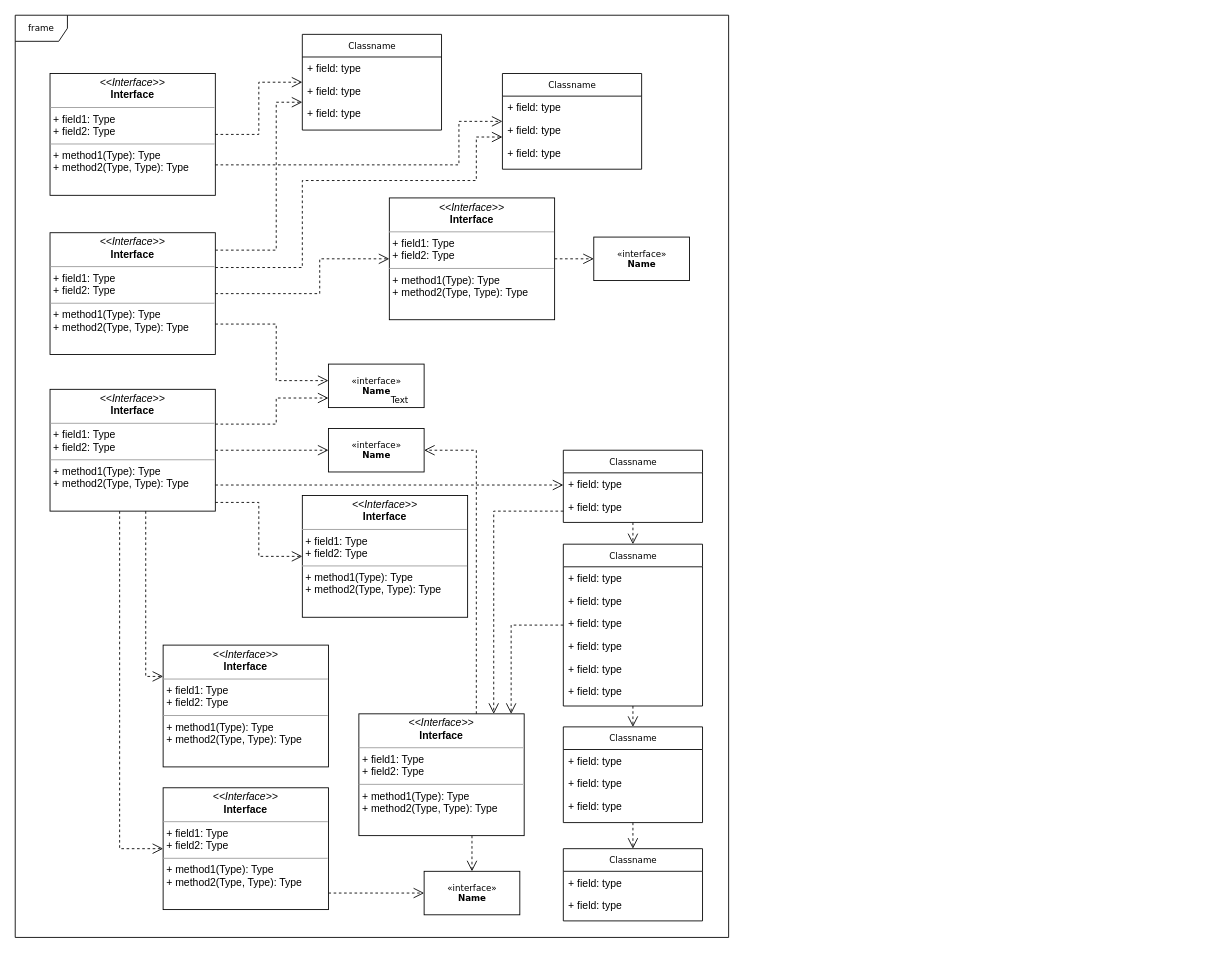
This is GoldFarm Diagram.drawio from atom123/Draw, a draw.io file, before an edit. Source tidied: cells renumbered, new cells numbered last; positions are measured from the earlier drawing's top-left corner, leaving out a move shared by most shapes. Both pictures are drawn from the tidied source at 87%, with x=0, y=0 at pixel (15, 15).
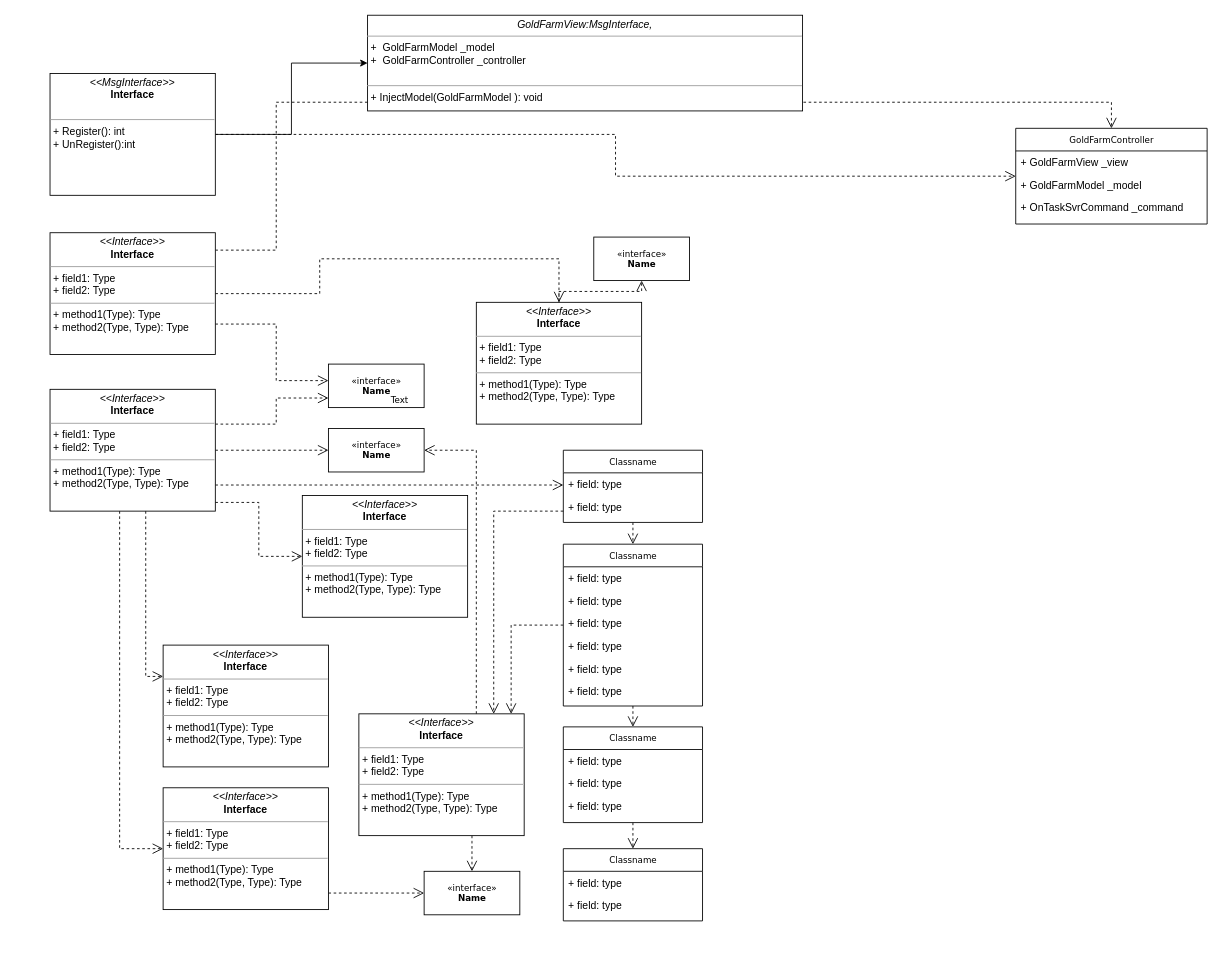
After the change.

Unchanged cells that the change refers to:
```xml
<mxCell id="53" value="&lt;p style=&quot;margin:0px;margin-top:4px;text-align:center;&quot;&gt;&lt;i&gt;&amp;lt;&amp;lt;Interface&amp;gt;&amp;gt;&lt;/i&gt;&lt;br/&gt;&lt;b&gt;Interface&lt;/b&gt;&lt;/p&gt;&lt;hr size=&quot;1&quot;/&gt;&lt;p style=&quot;margin:0px;margin-left:4px;&quot;&gt;+ field1: Type&lt;br/&gt;+ field2: Type&lt;/p&gt;&lt;hr size=&quot;1&quot;/&gt;&lt;p style=&quot;margin:0px;margin-left:4px;&quot;&gt;+ method1(Type): Type&lt;br/&gt;+ method2(Type, Type): Type&lt;/p&gt;" style="verticalAlign=top;align=left;overflow=fill;fontSize=12;fontFamily=Helvetica;html=1;rounded=0;shadow=0;comic=0;labelBackgroundColor=none;strokeWidth=1;" parent="1" vertex="1">
  <mxGeometry x="40" y="250" width="190" height="140" as="geometry" />
</mxCell>
```

What changed in the source:
```diff
@@
-    <mxCell id="2" value="frame" style="shape=umlFrame;whiteSpace=wrap;html=1;rounded=0;shadow=0;comic=0;labelBackgroundColor=none;strokeWidth=1;fontFamily=Verdana;fontSize=10;align=center;" parent="1" vertex="1">
-      <mxGeometry width="820" height="1060" as="geometry" />
-    </mxCell>
@@
-    <mxCell id="12" value="Classname" style="swimlane;html=1;fontStyle=0;horizontal=1;startSize=26;fillColor=none;swimlaneFillColor=#ffffff;rounded=0;shadow=0;comic=0;labelBackgroundColor=none;strokeWidth=1;fontFamily=Verdana;fontSize=10;align=center;" parent="1" vertex="1">
-      <mxGeometry x="330" y="22" width="160" height="110" as="geometry" />
+    <mxCell id="12" value="GoldFarmController" style="swimlane;html=1;fontStyle=0;horizontal=1;startSize=26;fillColor=none;swimlaneFillColor=#ffffff;rounded=0;shadow=0;comic=0;labelBackgroundColor=none;strokeWidth=1;fontFamily=Verdana;fontSize=10;align=center;" parent="1" vertex="1">
+      <mxGeometry x="1150" y="130" width="220" height="110" as="geometry" />
     </mxCell>
-    <mxCell id="13" value="+ field: type" style="text;html=1;strokeColor=none;fillColor=none;align=left;verticalAlign=top;spacingLeft=4;spacingRight=4;whiteSpace=wrap;overflow=hidden;" parent="12" vertex="1">
-      <mxGeometry y="26" width="160" height="26" as="geometry" />
+    <mxCell id="13" value="+&amp;nbsp;GoldFarmView _view" style="text;html=1;strokeColor=none;fillColor=none;align=left;verticalAlign=top;spacingLeft=4;spacingRight=4;whiteSpace=wrap;overflow=hidden;" parent="12" vertex="1">
+      <mxGeometry y="26" width="220" height="26" as="geometry" />
     </mxCell>
-    <mxCell id="14" value="+ field: type" style="text;html=1;strokeColor=none;fillColor=none;align=left;verticalAlign=top;spacingLeft=4;spacingRight=4;whiteSpace=wrap;overflow=hidden;" parent="12" vertex="1">
-      <mxGeometry y="52" width="160" height="26" as="geometry" />
+    <mxCell id="14" value="+ GoldFarmModel _model" style="text;html=1;strokeColor=none;fillColor=none;align=left;verticalAlign=top;spacingLeft=4;spacingRight=4;whiteSpace=wrap;overflow=hidden;" parent="12" vertex="1">
+      <mxGeometry y="52" width="220" height="26" as="geometry" />
     </mxCell>
-    <mxCell id="15" value="+ field: type" style="text;html=1;strokeColor=none;fillColor=none;align=left;verticalAlign=top;spacingLeft=4;spacingRight=4;whiteSpace=wrap;overflow=hidden;" parent="12" vertex="1">
-      <mxGeometry y="78" width="160" height="26" as="geometry" />
+    <mxCell id="15" value="+&amp;nbsp;OnTaskSvrCommand _command" style="text;html=1;strokeColor=none;fillColor=none;align=left;verticalAlign=top;spacingLeft=4;spacingRight=4;whiteSpace=wrap;overflow=hidden;" parent="12" vertex="1">
+      <mxGeometry y="78" width="220" height="26" as="geometry" />
     </mxCell>
-    <mxCell id="16" value="Classname" style="swimlane;html=1;fontStyle=0;horizontal=1;startSize=26;fillColor=none;swimlaneFillColor=#ffffff;rounded=0;shadow=0;comic=0;labelBackgroundColor=none;strokeWidth=1;fontFamily=Verdana;fontSize=10;align=center;" parent="1" vertex="1">
-      <mxGeometry x="560" y="67" width="160" height="110" as="geometry" />
-    </mxCell>
-    <mxCell id="17" value="+ field: type" style="text;html=1;strokeColor=none;fillColor=none;align=left;verticalAlign=top;spacingLeft=4;spacingRight=4;whiteSpace=wrap;overflow=hidden;" parent="16" vertex="1">
-      <mxGeometry y="26" width="160" height="26" as="geometry" />
-    </mxCell>
-    <mxCell id="18" value="+ field: type" style="text;html=1;strokeColor=none;fillColor=none;align=left;verticalAlign=top;spacingLeft=4;spacingRight=4;whiteSpace=wrap;overflow=hidden;" parent="16" vertex="1">
-      <mxGeometry y="52" width="160" height="26" as="geometry" />
-    </mxCell>
-    <mxCell id="19" value="+ field: type" style="text;html=1;strokeColor=none;fillColor=none;align=left;verticalAlign=top;spacingLeft=4;spacingRight=4;whiteSpace=wrap;overflow=hidden;" parent="16" vertex="1">
-      <mxGeometry y="78" width="160" height="26" as="geometry" />
-    </mxCell>
@@
     <mxCell id="43" value="&lt;p style=&quot;margin:0px;margin-top:4px;text-align:center;&quot;&gt;&lt;i&gt;&amp;lt;&amp;lt;Interface&amp;gt;&amp;gt;&lt;/i&gt;&lt;br/&gt;&lt;b&gt;Interface&lt;/b&gt;&lt;/p&gt;&lt;hr size=&quot;1&quot;/&gt;&lt;p style=&quot;margin:0px;margin-left:4px;&quot;&gt;+ field1: Type&lt;br/&gt;+ field2: Type&lt;/p&gt;&lt;hr size=&quot;1&quot;/&gt;&lt;p style=&quot;margin:0px;margin-left:4px;&quot;&gt;+ method1(Type): Type&lt;br/&gt;+ method2(Type, Type): Type&lt;/p&gt;" style="verticalAlign=top;align=left;overflow=fill;fontSize=12;fontFamily=Helvetica;html=1;rounded=0;shadow=0;comic=0;labelBackgroundColor=none;strokeWidth=1;" parent="1" vertex="1">
-      <mxGeometry x="430" y="210" width="190" height="140" as="geometry" />
+      <mxGeometry x="530" y="330" width="190" height="140" as="geometry" />
     </mxCell>
@@
-    <mxCell id="47" style="edgeStyle=orthogonalEdgeStyle;rounded=0;html=1;exitX=1;exitY=0.75;dashed=1;labelBackgroundColor=none;startFill=0;endArrow=open;endFill=0;endSize=10;fontFamily=Verdana;fontSize=10;" parent="1" edge="1" source="48" target="16">
-      <mxGeometry relative="1" as="geometry">
-        <Array as="points">
-          <mxPoint x="510" y="172" />
-          <mxPoint x="510" y="122" />
-        </Array>
-      </mxGeometry>
-    </mxCell>
+    <mxCell id="62" style="edgeStyle=orthogonalEdgeStyle;rounded=0;jettySize=auto;html=1;entryX=0;entryY=0.5;entryDx=0;entryDy=0;" parent="1" edge="1" source="48" target="63">
+      <mxGeometry relative="1" as="geometry" />
+    </mxCell>
-    <mxCell id="48" value="&lt;p style=&quot;margin:0px;margin-top:4px;text-align:center;&quot;&gt;&lt;i&gt;&amp;lt;&amp;lt;Interface&amp;gt;&amp;gt;&lt;/i&gt;&lt;br/&gt;&lt;b&gt;Interface&lt;/b&gt;&lt;/p&gt;&lt;hr size=&quot;1&quot;/&gt;&lt;p style=&quot;margin:0px;margin-left:4px;&quot;&gt;+ field1: Type&lt;br/&gt;+ field2: Type&lt;/p&gt;&lt;hr size=&quot;1&quot;/&gt;&lt;p style=&quot;margin:0px;margin-left:4px;&quot;&gt;+ method1(Type): Type&lt;br/&gt;+ method2(Type, Type): Type&lt;/p&gt;" style="verticalAlign=top;align=left;overflow=fill;fontSize=12;fontFamily=Helvetica;html=1;rounded=0;shadow=0;comic=0;labelBackgroundColor=none;strokeWidth=1;" parent="1" vertex="1">
+    <mxCell id="48" value="&lt;p style=&quot;margin: 0px ; margin-top: 4px ; text-align: center&quot;&gt;&lt;i&gt;&amp;lt;&amp;lt;MsgInterface&amp;gt;&amp;gt;&lt;/i&gt;&lt;br&gt;&lt;b&gt;Interface&lt;/b&gt;&lt;/p&gt;&lt;p style=&quot;margin: 0px ; margin-left: 4px&quot;&gt;&lt;br&gt;&lt;/p&gt;&lt;hr size=&quot;1&quot;&gt;&lt;p style=&quot;margin: 0px ; margin-left: 4px&quot;&gt;+ Register():&amp;nbsp;int&lt;br&gt;+ UnRegister():int&lt;/p&gt;" style="verticalAlign=top;align=left;overflow=fill;fontSize=12;fontFamily=Helvetica;html=1;rounded=0;shadow=0;comic=0;labelBackgroundColor=none;strokeWidth=1;" parent="1" vertex="1">
       <mxGeometry x="40" y="67" width="190" height="140" as="geometry" />
     </mxCell>
@@
-    <mxCell id="50" style="edgeStyle=orthogonalEdgeStyle;rounded=0;html=1;dashed=1;labelBackgroundColor=none;startFill=0;endArrow=open;endFill=0;endSize=10;fontFamily=Verdana;fontSize=10;" parent="1" edge="1" source="53" target="16">
-      <mxGeometry relative="1" as="geometry">
-        <Array as="points">
-          <mxPoint x="330" y="290" />
-          <mxPoint x="330" y="190" />
-          <mxPoint x="530" y="190" />
-          <mxPoint x="530" y="140" />
-        </Array>
-      </mxGeometry>
-    </mxCell>
@@
+    <mxCell id="63" value="&lt;p style=&quot;margin: 0px ; margin-top: 4px ; text-align: center&quot;&gt;&lt;i&gt;GoldFarmView:MsgInterface,&lt;/i&gt;&lt;br&gt;&lt;/p&gt;&lt;hr size=&quot;1&quot;&gt;&lt;p style=&quot;margin: 0px ; margin-left: 4px&quot;&gt;+&amp;nbsp;&lt;span&gt;&amp;nbsp;GoldFarmModel _model&lt;/span&gt;&lt;br&gt;+&amp;nbsp; GoldFarmController _controller&lt;/p&gt;&lt;br&gt;&lt;hr size=&quot;1&quot;&gt;&lt;p style=&quot;margin: 0px ; margin-left: 4px&quot;&gt;+ InjectModel(GoldFarmModel&amp;nbsp;): void&lt;br&gt;&lt;/p&gt;" style="verticalAlign=top;align=left;overflow=fill;fontSize=12;fontFamily=Helvetica;html=1;rounded=0;shadow=0;comic=0;labelBackgroundColor=none;strokeWidth=1;" parent="1" vertex="1">
+      <mxGeometry x="405" width="500" height="110" as="geometry" />
+    </mxCell>
```
